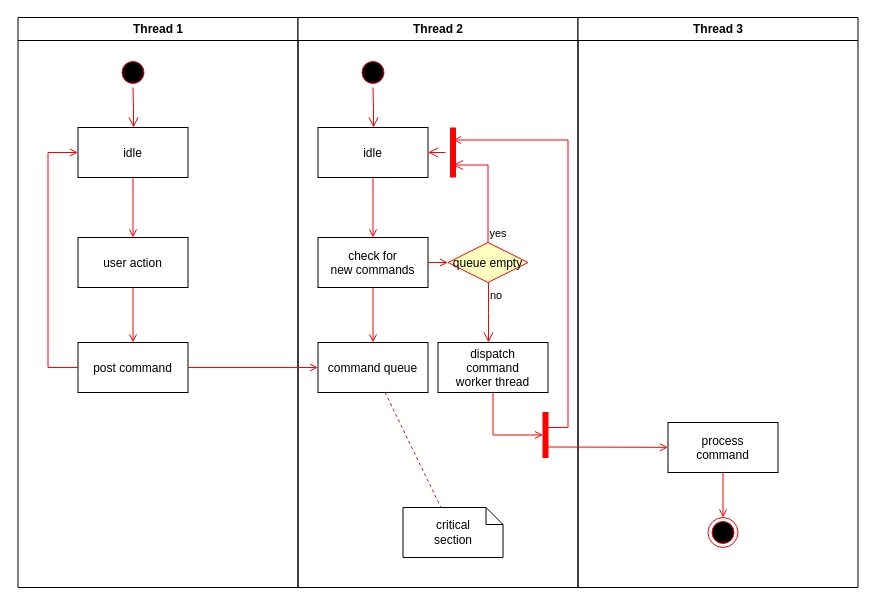
Above: Untitled Diagram.drawio in final000/go-test-tyu (draw.io), before the change. Source tidied: cells renumbered, new cells numbered last; positions are measured from the earlier drawing's top-left corner, leaving out a move shared by most shapes. Both pictures are drawn from the tidied source at 100%, with x=0, y=0 at pixel (17, 17).
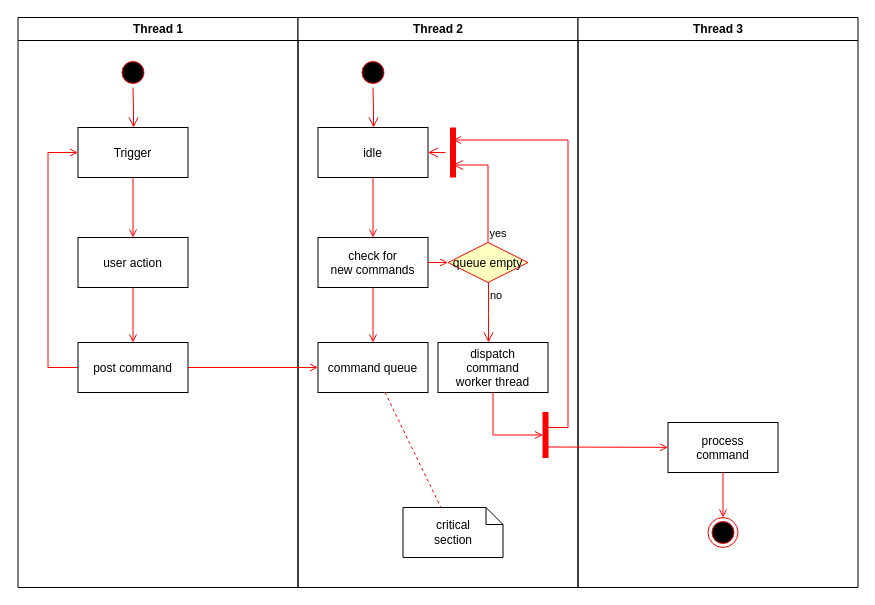
The same diagram, later.

Unchanged cells that the change refers to:
```xml
<mxCell id="2" value="Thread 1" style="swimlane;whiteSpace=wrap;" parent="1" vertex="1">
  <mxGeometry x="0.5" width="280" height="570" as="geometry" />
</mxCell>
```

Change to the diagram source:
```diff
@@
-    <mxCell id="5" value="idle" parent="2" vertex="1">
+    <mxCell id="5" value="Trigger" parent="2" vertex="1">
       <mxGeometry x="60" y="110" width="110" height="50" as="geometry" />
     </mxCell>
```
